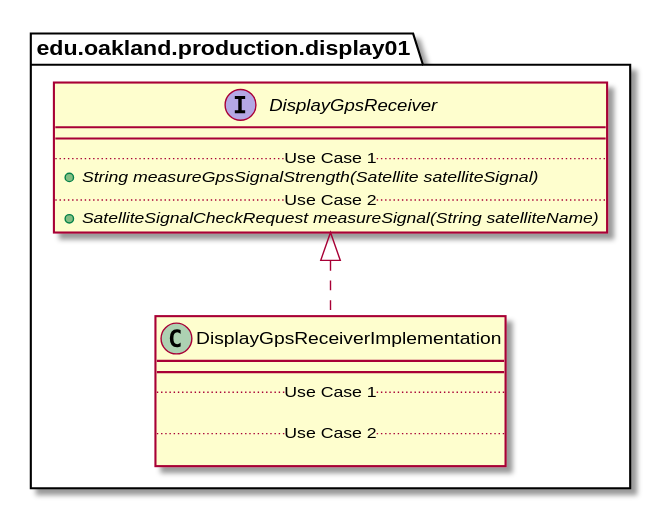
Above: docs/uml-class-diagrams/display01/production/DisplayGpsReceiverImplementation/DisplayGpsReceiverImplementation_DirectDependencies.svg in elilley15/csi-3370-software-project (PlantUML), before the change. Source of this version:
```plantuml
@startuml DisplayGpsReceiverImplementation_DirectDependencies


package edu.oakland.production.display01 {
    class DisplayGpsReceiverImplementation {
        __
        .. Use Case 1 ..

        .. Use Case 2 ..

    }
}



package edu.oakland.production.display01 {
    interface DisplayGpsReceiver {
        __
        .. Use Case 1 ..
        {abstract} + String measureGpsSignalStrength(Satellite satelliteSignal)
        .. Use Case 2 ..
        {abstract} + SatelliteSignalCheckRequest measureSignal(String satelliteName)
    }
}

DisplayGpsReceiverImplementation .up.|> DisplayGpsReceiver





@enduml
```
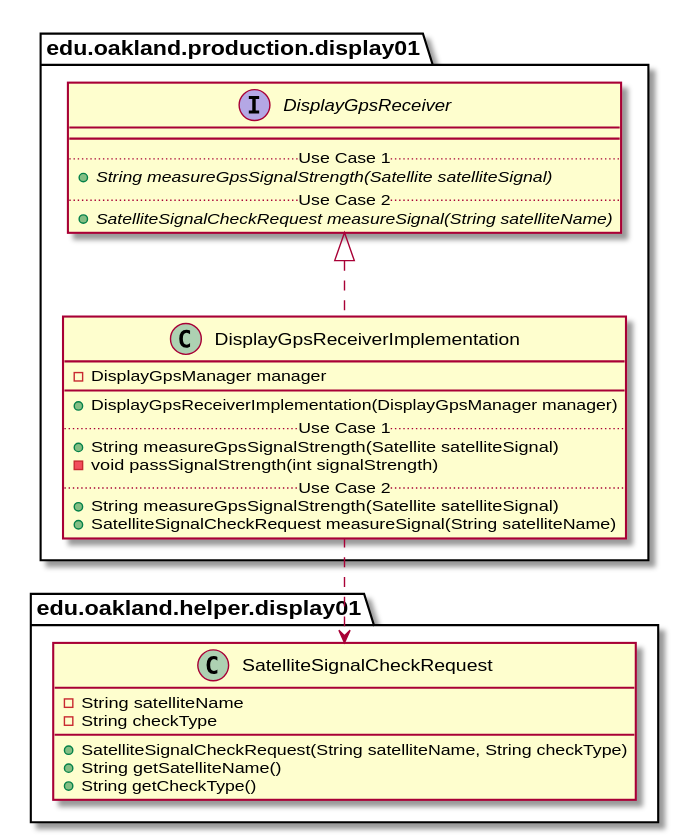
After the commit.

Diff of the diagram source:
```diff
@@ -3,11 +3,15 @@
 
 package edu.oakland.production.display01 {
     class DisplayGpsReceiverImplementation {
+        - DisplayGpsManager manager
         __
+        + DisplayGpsReceiverImplementation(DisplayGpsManager manager)
         .. Use Case 1 ..
-
+        + String measureGpsSignalStrength(Satellite satelliteSignal)
+        - void passSignalStrength(int signalStrength)
         .. Use Case 2 ..
-
+        + String measureGpsSignalStrength(Satellite satelliteSignal)
+        + SatelliteSignalCheckRequest measureSignal(String satelliteName)
     }
 }
 
@@ -26,6 +30,17 @@
 DisplayGpsReceiverImplementation .up.|> DisplayGpsReceiver
 
 
+package edu.oakland.helper.display01 {
+    class SatelliteSignalCheckRequest {
+        - String satelliteName
+        - String checkType
+        + SatelliteSignalCheckRequest(String satelliteName, String checkType)
+        + String getSatelliteName()
+        + String getCheckType()
+    }
+}
+
+DisplayGpsReceiverImplementation ..> SatelliteSignalCheckRequest
 
 
 
```
